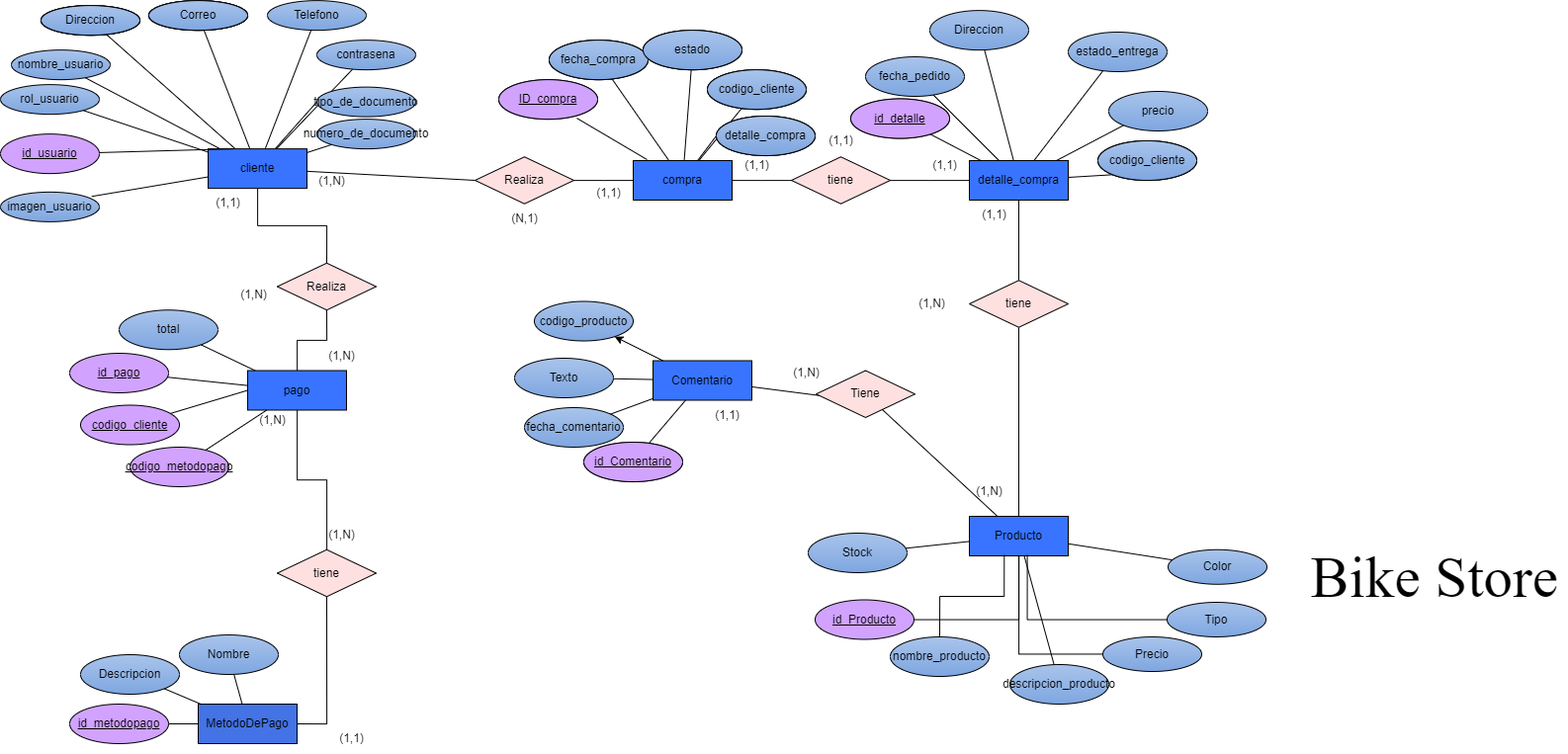
Before: documentacion/diagramas/diagrama_ER_bikestore.drawio.png, a diagram exported from draw.io (DRK-V/BikeStore). Source tidied: cells renumbered, new cells last; positions are measured from the earlier drawing's top-left corner, leaving out a move shared by most shapes.
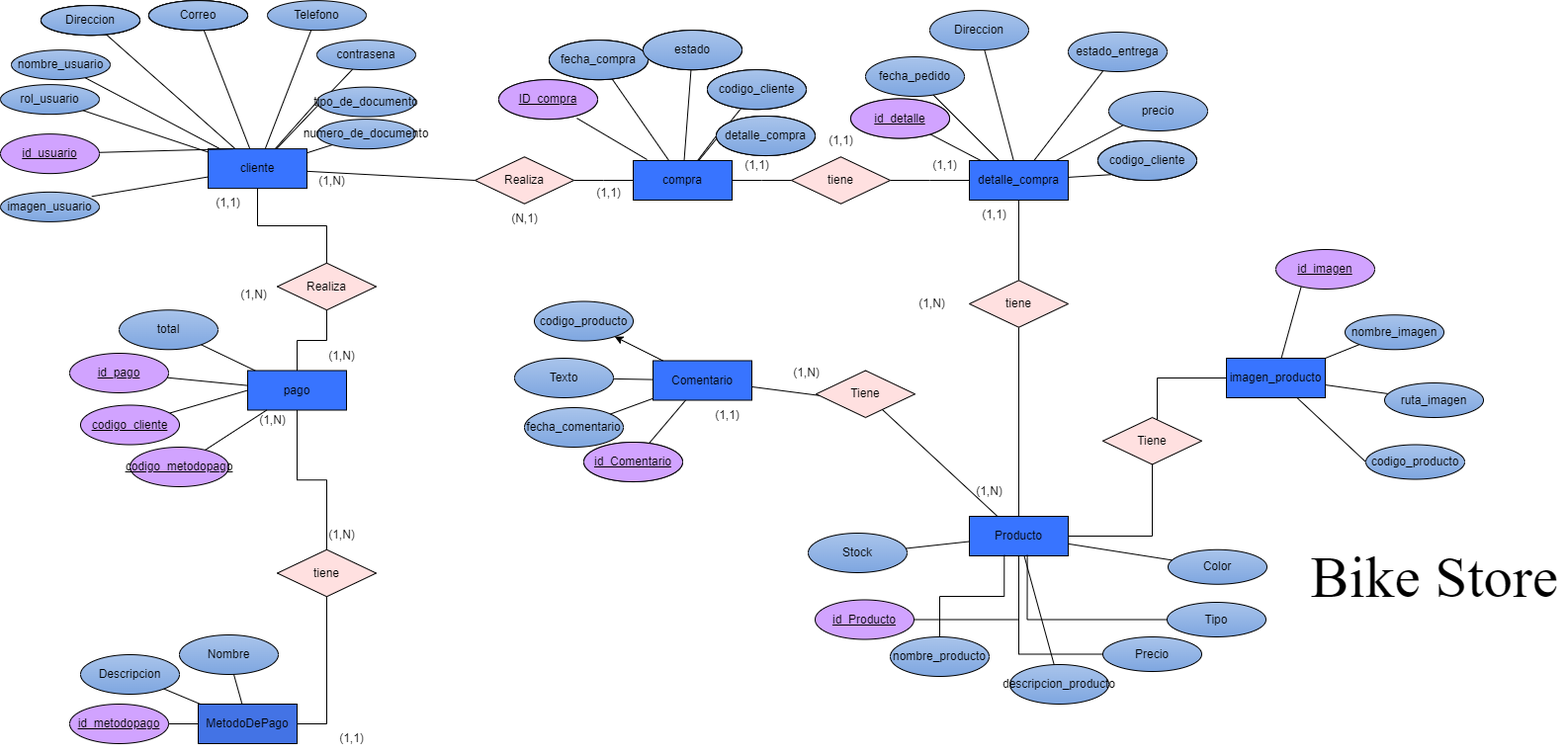
Above is the later version.

What changed in the source:
```diff
@@ -218,6 +218,9 @@
     <mxCell id="73" value="precio" style="ellipse;whiteSpace=wrap;html=1;align=center;fillColor=#A9C4EB;gradientColor=#7EA6E0;" parent="1" vertex="1">
       <mxGeometry x="1121" y="92" width="100" height="40" as="geometry" />
     </mxCell>
+    <mxCell id="144" style="edgeStyle=orthogonalEdgeStyle;rounded=0;jettySize=auto;html=1;endArrow=none;endFill=0;" parent="1" edge="1" source="74" target="154">
+      <mxGeometry relative="1" as="geometry" />
+    </mxCell>
     <mxCell id="74" value="Producto" style="whiteSpace=wrap;html=1;align=center;fillColor=#3874ff;" parent="1" vertex="1">
       <mxGeometry x="980" y="522" width="100" height="40" as="geometry" />
     </mxCell>
@@ -432,5 +435,42 @@
     <mxCell id="143" value="codigo_metodopago" style="ellipse;whiteSpace=wrap;html=1;align=center;fontStyle=4;fillColor=#d1a3ff;" parent="1" vertex="1">
       <mxGeometry x="131" y="452" width="100" height="40" as="geometry" />
     </mxCell>
+    <mxCell id="145" style="rounded=0;jettySize=auto;html=1;entryX=0.262;entryY=0.89;entryDx=0;entryDy=0;endArrow=none;endFill=0;entryPerimeter=0;" parent="1" edge="1" source="149" target="155">
+      <mxGeometry relative="1" as="geometry" />
+    </mxCell>
+    <mxCell id="146" style="rounded=0;jettySize=auto;html=1;entryX=0;entryY=1;entryDx=0;entryDy=0;endArrow=none;endFill=0;" parent="1" edge="1" source="149" target="150">
+      <mxGeometry relative="1" as="geometry" />
+    </mxCell>
+    <mxCell id="147" style="rounded=0;jettySize=auto;html=1;endArrow=none;endFill=0;" parent="1" edge="1" source="149" target="151">
+      <mxGeometry relative="1" as="geometry" />
+    </mxCell>
+    <mxCell id="148" style="rounded=0;jettySize=auto;html=1;entryX=0;entryY=0.5;entryDx=0;entryDy=0;endArrow=none;endFill=0;" parent="1" edge="1" source="149" target="152">
+      <mxGeometry relative="1" as="geometry" />
+    </mxCell>
+    <mxCell id="149" value="imagen_producto" style="whiteSpace=wrap;html=1;align=center;fillColor=#3874ff;" parent="1" vertex="1">
+      <mxGeometry x="1240" y="362" width="100" height="40" as="geometry" />
+    </mxCell>
+    <mxCell id="150" value="nombre_imagen" style="ellipse;whiteSpace=wrap;html=1;align=center;fillColor=#A9C4EB;gradientColor=#7EA6E0;" parent="1" vertex="1">
+      <mxGeometry x="1360" y="318.2" width="100" height="35" as="geometry" />
+    </mxCell>
+    <mxCell id="151" value="ruta_imagen" style="ellipse;whiteSpace=wrap;html=1;align=center;fillColor=#A9C4EB;gradientColor=#7EA6E0;" parent="1" vertex="1">
+      <mxGeometry x="1400" y="387" width="100" height="35" as="geometry" />
+    </mxCell>
+    <mxCell id="152" value="codigo_producto" style="ellipse;whiteSpace=wrap;html=1;align=center;fillColor=#A9C4EB;gradientColor=#7EA6E0;" parent="1" vertex="1">
+      <mxGeometry x="1381" y="449.5" width="100" height="35" as="geometry" />
+    </mxCell>
+    <mxCell id="153" style="edgeStyle=orthogonalEdgeStyle;rounded=0;jettySize=auto;html=1;entryX=0;entryY=0.5;entryDx=0;entryDy=0;endArrow=none;endFill=0;" parent="1" edge="1" source="154" target="149">
+      <mxGeometry relative="1" as="geometry">
+        <Array as="points">
+          <mxPoint x="1170" y="382" />
+        </Array>
+      </mxGeometry>
+    </mxCell>
+    <mxCell id="154" value="Tiene" style="rhombus;whiteSpace=wrap;html=1;fillColor=#ffe0e0;" parent="1" vertex="1">
+      <mxGeometry x="1115" y="422" width="100" height="47.5" as="geometry" />
+    </mxCell>
+    <mxCell id="155" value="id_imagen" style="ellipse;whiteSpace=wrap;html=1;align=center;fontStyle=4;fillColor=#d1a3ff;" parent="1" vertex="1">
+      <mxGeometry x="1290" y="252" width="100" height="40" as="geometry" />
+    </mxCell>
   </root>
 </mxGraphModel>
```
